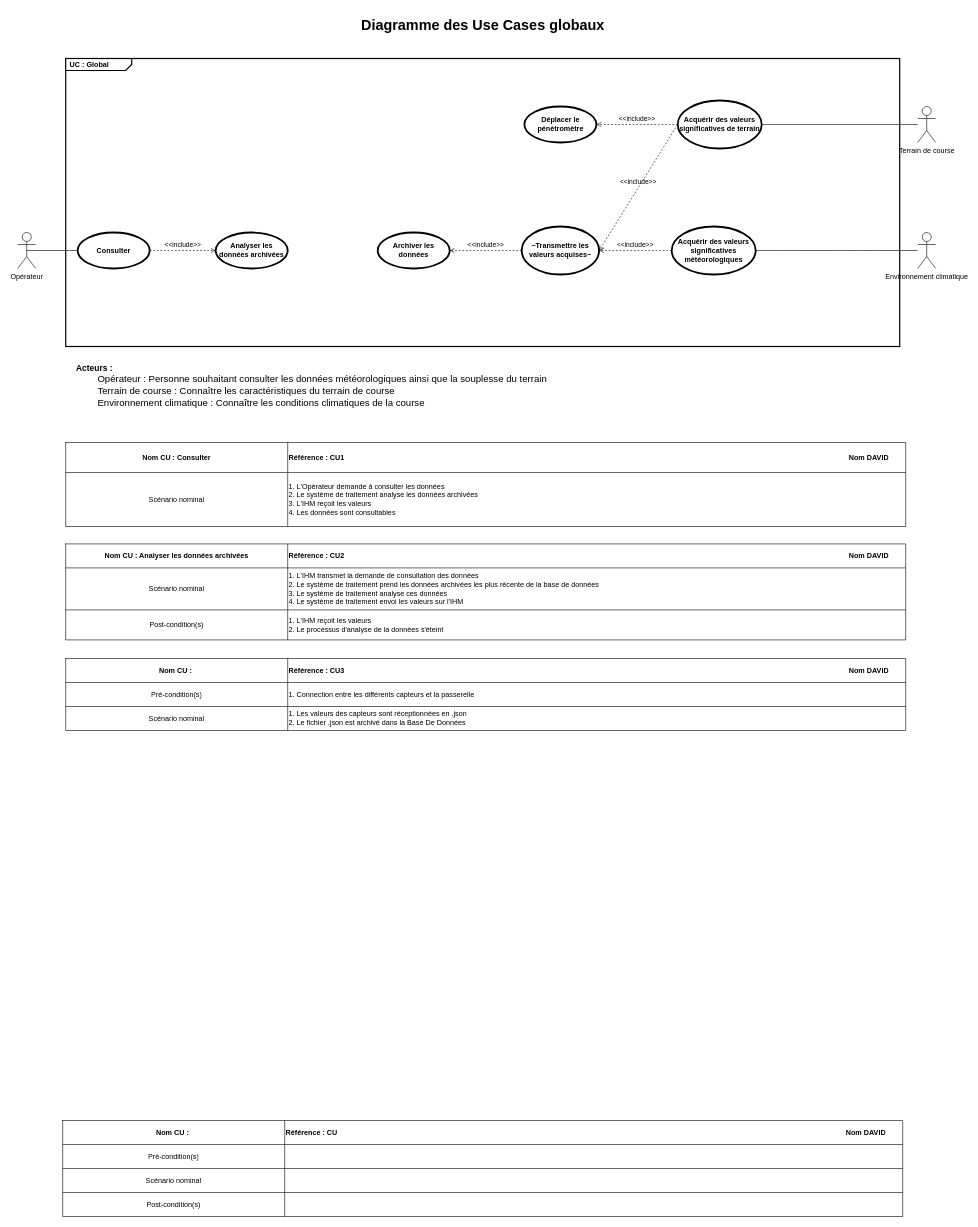
This is SYSML/UseCase/D-UC_General-FM2.drawio from ToGen49/Hippodrome, a draw.io file, before an edit. Source tidied: cells renumbered, new cells numbered last; positions are measured from the earlier drawing's top-left corner, leaving out a move shared by most shapes. Both pictures are drawn from the tidied source at 60%, with x=0, y=0 at pixel (17, 10).
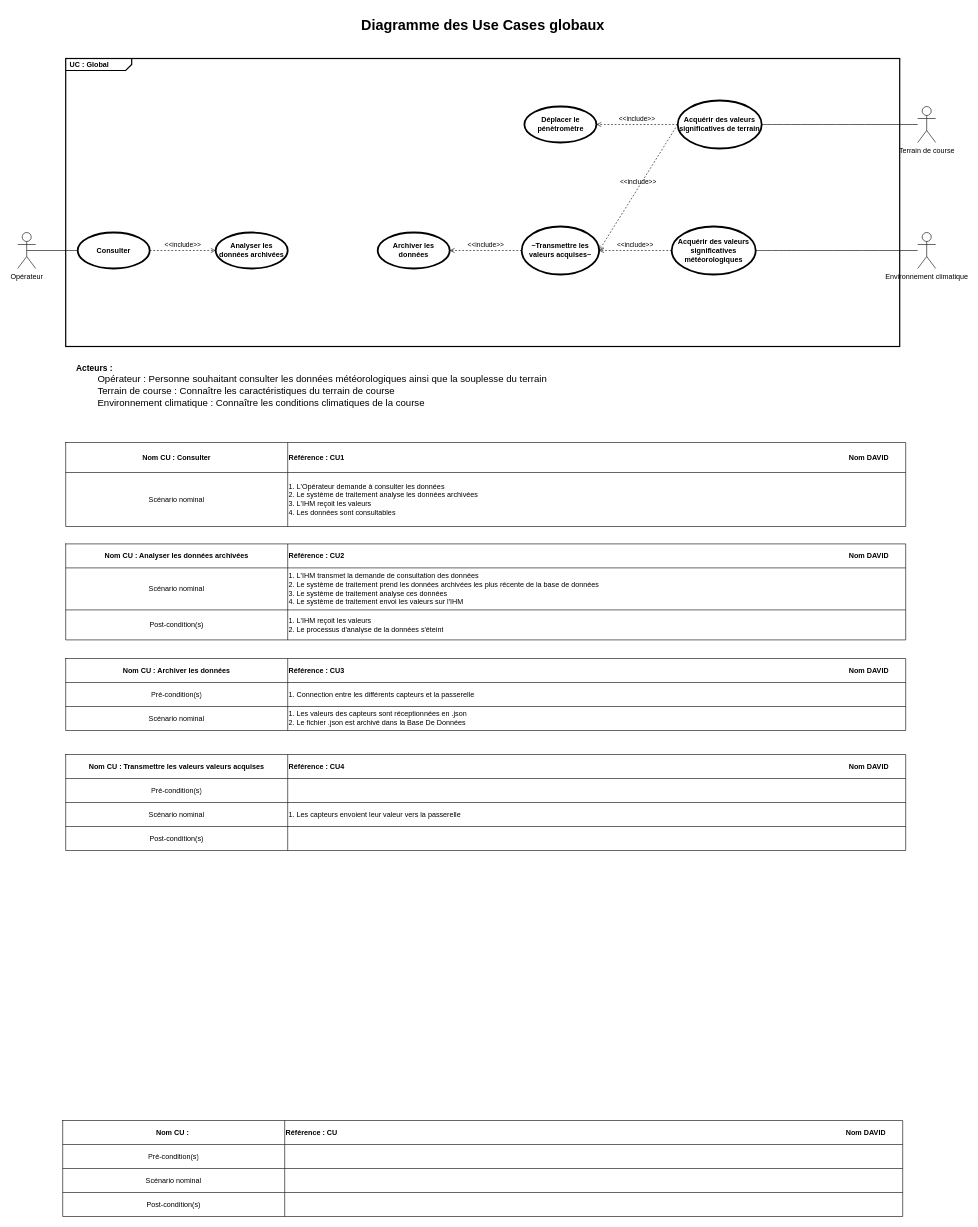
Above is the later version.

Commit message (it also covers changes not shown here):
Mettre à jour D-UC_General-FM2.drawio

Unchanged cells that the change refers to:
```xml
<mxCell id="54" style="shape=tableRow;horizontal=0;startSize=0;swimlaneHead=0;swimlaneBody=0;strokeColor=inherit;top=0;left=0;bottom=0;right=0;fillColor=none;" parent="53" vertex="1">
  <mxGeometry width="1400" height="40" as="geometry" />
</mxCell>
```

Change to the diagram source:
```diff
@@
-    <mxCell id="55" value="&lt;b&gt;Nom CU :&amp;nbsp;&lt;/b&gt;" style="shape=partialRectangle;html=1;whiteSpace=wrap;strokeColor=inherit;overflow=hidden;fillColor=none;top=0;left=0;bottom=0;right=0;" parent="54" vertex="1">
+    <mxCell id="55" value="&lt;b&gt;Nom CU : Archiver les données&lt;/b&gt;" style="shape=partialRectangle;html=1;whiteSpace=wrap;strokeColor=inherit;overflow=hidden;fillColor=none;top=0;left=0;bottom=0;right=0;" parent="54" vertex="1">
       <mxGeometry width="370" height="40" as="geometry" />
     </mxCell>
@@
+    <mxCell id="63" style="shape=table;startSize=0;childLayout=tableLayout;" parent="1" vertex="1">
+      <mxGeometry x="80" y="1240" width="1400" height="160" as="geometry" />
+    </mxCell>
+    <mxCell id="64" style="shape=tableRow;horizontal=0;startSize=0;swimlaneHead=0;swimlaneBody=0;strokeColor=inherit;top=0;left=0;bottom=0;right=0;fillColor=none;" parent="63" vertex="1">
+      <mxGeometry width="1400" height="40" as="geometry" />
+    </mxCell>
+    <mxCell id="65" value="&lt;b&gt;Nom CU : Transmettre les valeurs valeurs acquises&lt;/b&gt;" style="shape=partialRectangle;html=1;whiteSpace=wrap;strokeColor=inherit;overflow=hidden;fillColor=none;top=0;left=0;bottom=0;right=0;" parent="64" vertex="1">
+      <mxGeometry width="370" height="40" as="geometry" />
+    </mxCell>
+    <mxCell id="66" value="&lt;b&gt;Référence : CU4&lt;span style=&quot;white-space: pre;&quot;&gt;&#9;&lt;/span&gt;&lt;span style=&quot;white-space: pre;&quot;&gt;&#9;&lt;/span&gt;&lt;span style=&quot;white-space: pre;&quot;&gt;&#9;&lt;/span&gt;&lt;span style=&quot;white-space: pre;&quot;&gt;&#9;&lt;/span&gt;&lt;span style=&quot;white-space: pre;&quot;&gt;&#9;&lt;/span&gt;&lt;span style=&quot;white-space: pre;&quot;&gt;&#9;&lt;/span&gt;&lt;span style=&quot;white-space: pre;&quot;&gt;&#9;&lt;/span&gt;&lt;span style=&quot;white-space: pre;&quot;&gt;&#9;&lt;/span&gt;&lt;span style=&quot;white-space: pre;&quot;&gt;&#9;&lt;/span&gt;&lt;span style=&quot;white-space: pre;&quot;&gt;&#9;&lt;/span&gt;&lt;span style=&quot;white-space: pre;&quot;&gt;&#9;&lt;/span&gt;&lt;span style=&quot;white-space: pre;&quot;&gt;&#9;&lt;/span&gt;&lt;span style=&quot;white-space: pre;&quot;&gt;&#9;&lt;/span&gt;&lt;span style=&quot;white-space: pre;&quot;&gt;&#9;&lt;/span&gt;&lt;span style=&quot;white-space: pre;&quot;&gt;&#9;&lt;/span&gt;&lt;span style=&quot;white-space: pre;&quot;&gt;&#9;&lt;/span&gt;&lt;span style=&quot;white-space: pre;&quot;&gt;&#9;&lt;/span&gt;&lt;span style=&quot;white-space: pre;&quot;&gt;&#9;&lt;/span&gt;&lt;span style=&quot;white-space: pre;&quot;&gt;&#9;&lt;/span&gt;&lt;span style=&quot;white-space: pre;&quot;&gt;&#9;&lt;/span&gt;&lt;span style=&quot;white-space: pre;&quot;&gt;&#9;&lt;/span&gt;&lt;span style=&quot;white-space: pre;&quot;&gt;&#9;&lt;/span&gt;&lt;span style=&quot;white-space: pre;&quot;&gt;&#9;&lt;/span&gt;&lt;span style=&quot;white-space: pre;&quot;&gt;&#9;&lt;/span&gt;&lt;span style=&quot;white-space: pre;&quot;&gt;&#9;&lt;/span&gt;&lt;span style=&quot;white-space: pre;&quot;&gt;&#9;&lt;/span&gt;&lt;span style=&quot;white-space: pre;&quot;&gt;&#9;&lt;/span&gt;&lt;span style=&quot;white-space: pre;&quot;&gt;&#9;&lt;/span&gt;&lt;span style=&quot;white-space: pre;&quot;&gt;&#9;&lt;/span&gt;&lt;span style=&quot;white-space: pre;&quot;&gt;&#9;&lt;/span&gt;&lt;span style=&quot;white-space: pre;&quot;&gt;&#9;&lt;/span&gt;&lt;span style=&quot;white-space: pre;&quot;&gt;&#9;&lt;/span&gt;Nom DAVID&lt;/b&gt;" style="shape=partialRectangle;html=1;whiteSpace=wrap;strokeColor=inherit;overflow=hidden;fillColor=none;top=0;left=0;bottom=0;right=0;align=left;" parent="64" vertex="1">
+      <mxGeometry x="370" width="1030" height="40" as="geometry" />
+    </mxCell>
+    <mxCell id="67" style="shape=tableRow;horizontal=0;startSize=0;swimlaneHead=0;swimlaneBody=0;strokeColor=inherit;top=0;left=0;bottom=0;right=0;fillColor=none;" parent="63" vertex="1">
+      <mxGeometry y="40" width="1400" height="40" as="geometry" />
+    </mxCell>
+    <mxCell id="68" value="Pré-condition(s)" style="shape=partialRectangle;html=1;whiteSpace=wrap;strokeColor=inherit;overflow=hidden;fillColor=none;top=0;left=0;bottom=0;right=0;" parent="67" vertex="1">
+      <mxGeometry width="370" height="40" as="geometry" />
+    </mxCell>
+    <mxCell id="69" style="shape=partialRectangle;html=1;whiteSpace=wrap;strokeColor=inherit;overflow=hidden;fillColor=none;top=0;left=0;bottom=0;right=0;align=left;" parent="67" vertex="1">
+      <mxGeometry x="370" width="1030" height="40" as="geometry" />
+    </mxCell>
+    <mxCell id="70" style="shape=tableRow;horizontal=0;startSize=0;swimlaneHead=0;swimlaneBody=0;strokeColor=inherit;top=0;left=0;bottom=0;right=0;fillColor=none;" parent="63" vertex="1">
+      <mxGeometry y="80" width="1400" height="40" as="geometry" />
+    </mxCell>
+    <mxCell id="71" value="Scénario nominal" style="shape=partialRectangle;html=1;whiteSpace=wrap;strokeColor=inherit;overflow=hidden;fillColor=none;top=0;left=0;bottom=0;right=0;" parent="70" vertex="1">
+      <mxGeometry width="370" height="40" as="geometry" />
+    </mxCell>
+    <mxCell id="72" value="1. Les capteurs envoient leur valeur vers la passerelle" style="shape=partialRectangle;html=1;whiteSpace=wrap;strokeColor=inherit;overflow=hidden;fillColor=none;top=0;left=0;bottom=0;right=0;align=left;" parent="70" vertex="1">
+      <mxGeometry x="370" width="1030" height="40" as="geometry" />
+    </mxCell>
+    <mxCell id="73" style="shape=tableRow;horizontal=0;startSize=0;swimlaneHead=0;swimlaneBody=0;strokeColor=inherit;top=0;left=0;bottom=0;right=0;fillColor=none;" parent="63" vertex="1">
+      <mxGeometry y="120" width="1400" height="40" as="geometry" />
+    </mxCell>
+    <mxCell id="74" value="Post-condition(s)" style="shape=partialRectangle;html=1;whiteSpace=wrap;strokeColor=inherit;overflow=hidden;fillColor=none;top=0;left=0;bottom=0;right=0;" parent="73" vertex="1">
+      <mxGeometry width="370" height="40" as="geometry" />
+    </mxCell>
+    <mxCell id="75" style="shape=partialRectangle;html=1;whiteSpace=wrap;strokeColor=inherit;overflow=hidden;fillColor=none;top=0;left=0;bottom=0;right=0;align=left;" parent="73" vertex="1">
+      <mxGeometry x="370" width="1030" height="40" as="geometry" />
+    </mxCell>
```
